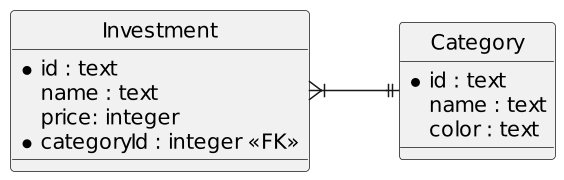
The PlantUML diagram public/imgs/expressjs/prismajs-relation/database.png in ifpb/lp2, before a commit.
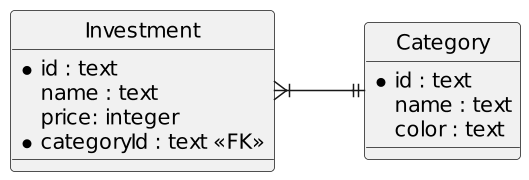
After the change.

The edit, as a diff of the source:
```diff
@@ -9,7 +9,7 @@
   *id : text
   name : text
   price: integer
-  *categoryId : integer <<FK>>
+  *categoryId : text <<FK>>
 }
 
 entity "Category" as category {
```
